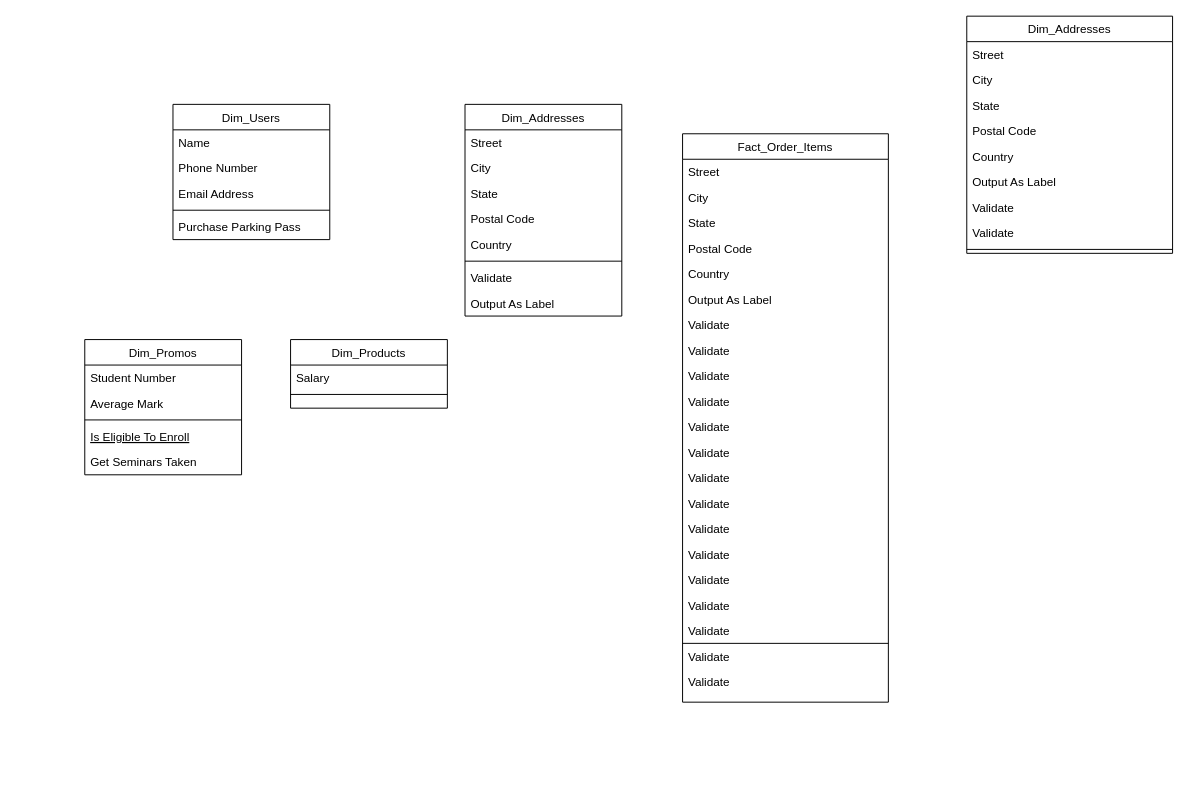
julia030798/curso_data_engineering keeps this draw.io diagram as Diagrama sin título.drawio. Above is the earlier version. Source tidied: cells renumbered, new cells numbered last; positions are measured from the earlier drawing's top-left corner, leaving out a move shared by most shapes. Both pictures are drawn from the tidied source at 98%, with x=0, y=0 at pixel (84, 16).
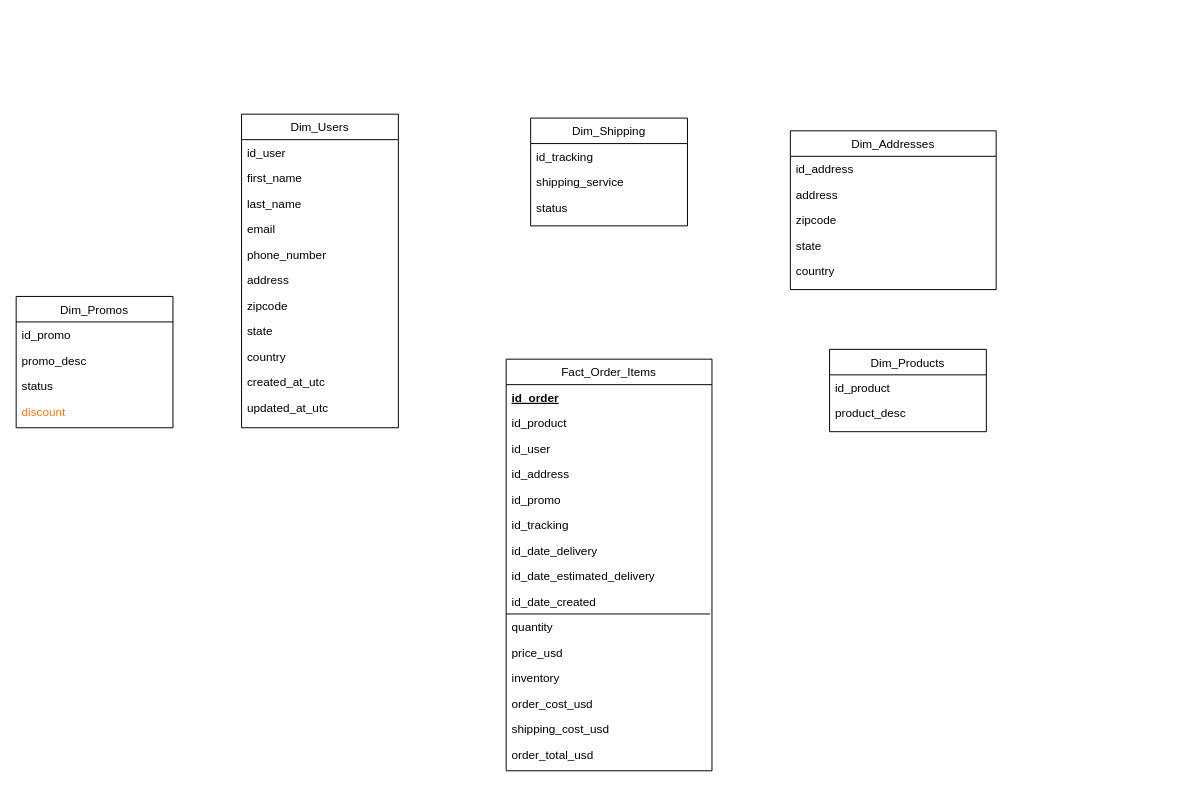
The same page after the edit.

Change to the diagram source:
```diff
@@
     <mxCell id="2" value="Dim_Users" style="swimlane;fontStyle=0;align=center;verticalAlign=top;horizontal=1;startSize=26;rounded=0;shadow=0;strokeWidth=1;" parent="1" vertex="1">
-      <mxGeometry x="90" y="90" width="160" height="138" as="geometry" />
+      <mxGeometry x="160" y="100" width="160" height="320" as="geometry" />
     </mxCell>
-    <mxCell id="3" value="Name" style="text;align=left;verticalAlign=top;spacingLeft=4;spacingRight=4;overflow=hidden;" parent="2" vertex="1">
+    <mxCell id="3" value="id_user" style="text;align=left;verticalAlign=top;spacingLeft=4;spacingRight=4;overflow=hidden;" parent="2" vertex="1">
       <mxGeometry y="26" width="160" height="26" as="geometry" />
     </mxCell>
-    <mxCell id="4" value="Phone Number" style="text;align=left;verticalAlign=top;spacingLeft=4;spacingRight=4;overflow=hidden;rounded=0;shadow=0;html=0;" parent="2" vertex="1">
+    <mxCell id="4" value="first_name" style="text;align=left;verticalAlign=top;spacingLeft=4;spacingRight=4;overflow=hidden;rounded=0;shadow=0;html=0;" parent="2" vertex="1">
       <mxGeometry y="52" width="160" height="26" as="geometry" />
     </mxCell>
-    <mxCell id="5" value="Email Address" style="text;align=left;verticalAlign=top;spacingLeft=4;spacingRight=4;overflow=hidden;rounded=0;shadow=0;html=0;" parent="2" vertex="1">
+    <mxCell id="5" value="last_name" style="text;align=left;verticalAlign=top;spacingLeft=4;spacingRight=4;overflow=hidden;rounded=0;shadow=0;html=0;" parent="2" vertex="1">
       <mxGeometry y="78" width="160" height="26" as="geometry" />
     </mxCell>
-    <mxCell id="6" style="line;html=1;strokeWidth=1;align=left;verticalAlign=middle;spacingTop=-1;spacingLeft=3;spacingRight=3;labelPosition=right;" parent="2" vertex="1">
-      <mxGeometry y="104" width="160" height="8" as="geometry" />
-    </mxCell>
-    <mxCell id="7" value="Purchase Parking Pass" style="text;align=left;verticalAlign=top;spacingLeft=4;spacingRight=4;overflow=hidden;" parent="2" vertex="1">
-      <mxGeometry y="112" width="160" height="26" as="geometry" />
+    <mxCell id="7" value="email" style="text;align=left;verticalAlign=top;spacingLeft=4;spacingRight=4;overflow=hidden;" parent="2" vertex="1">
+      <mxGeometry y="104" width="160" height="26" as="geometry" />
     </mxCell>
+    <mxCell id="59" value="phone_number" style="text;align=left;verticalAlign=top;spacingLeft=4;spacingRight=4;overflow=hidden;" parent="2" vertex="1">
+      <mxGeometry y="130" width="160" height="26" as="geometry" />
+    </mxCell>
+    <mxCell id="60" value="address" style="text;align=left;verticalAlign=top;spacingLeft=4;spacingRight=4;overflow=hidden;" parent="2" vertex="1">
+      <mxGeometry y="156" width="160" height="26" as="geometry" />
+    </mxCell>
+    <mxCell id="61" value="zipcode" style="text;align=left;verticalAlign=top;spacingLeft=4;spacingRight=4;overflow=hidden;rounded=0;shadow=0;html=0;" parent="2" vertex="1">
+      <mxGeometry y="182" width="160" height="26" as="geometry" />
+    </mxCell>
+    <mxCell id="62" value="state" style="text;align=left;verticalAlign=top;spacingLeft=4;spacingRight=4;overflow=hidden;rounded=0;shadow=0;html=0;" parent="2" vertex="1">
+      <mxGeometry y="208" width="160" height="26" as="geometry" />
+    </mxCell>
+    <mxCell id="63" value="country" style="text;align=left;verticalAlign=top;spacingLeft=4;spacingRight=4;overflow=hidden;rounded=0;shadow=0;html=0;" parent="2" vertex="1">
+      <mxGeometry y="234" width="160" height="26" as="geometry" />
+    </mxCell>
+    <mxCell id="64" value="created_at_utc" style="text;align=left;verticalAlign=top;spacingLeft=4;spacingRight=4;overflow=hidden;rounded=0;shadow=0;html=0;" parent="2" vertex="1">
+      <mxGeometry y="260" width="160" height="26" as="geometry" />
+    </mxCell>
+    <mxCell id="65" value="updated_at_utc" style="text;align=left;verticalAlign=top;spacingLeft=4;spacingRight=4;overflow=hidden;rounded=0;shadow=0;html=0;" parent="2" vertex="1">
+      <mxGeometry y="286" width="160" height="26" as="geometry" />
+    </mxCell>
     <mxCell id="8" value="Dim_Promos" style="swimlane;fontStyle=0;align=center;verticalAlign=top;horizontal=1;startSize=26;rounded=0;shadow=0;strokeWidth=1;" parent="1" vertex="1">
-      <mxGeometry y="330" width="160" height="138" as="geometry" />
+      <mxGeometry x="-70" y="286" width="160" height="134" as="geometry" />
     </mxCell>
-    <mxCell id="9" value="Student Number" style="text;align=left;verticalAlign=top;spacingLeft=4;spacingRight=4;overflow=hidden;" parent="8" vertex="1">
+    <mxCell id="9" value="id_promo" style="text;align=left;verticalAlign=top;spacingLeft=4;spacingRight=4;overflow=hidden;" parent="8" vertex="1">
       <mxGeometry y="26" width="160" height="26" as="geometry" />
     </mxCell>
-    <mxCell id="10" value="Average Mark" style="text;align=left;verticalAlign=top;spacingLeft=4;spacingRight=4;overflow=hidden;rounded=0;shadow=0;html=0;" parent="8" vertex="1">
+    <mxCell id="10" value="promo_desc" style="text;align=left;verticalAlign=top;spacingLeft=4;spacingRight=4;overflow=hidden;rounded=0;shadow=0;html=0;" parent="8" vertex="1">
       <mxGeometry y="52" width="160" height="26" as="geometry" />
     </mxCell>
-    <mxCell id="11" style="line;html=1;strokeWidth=1;align=left;verticalAlign=middle;spacingTop=-1;spacingLeft=3;spacingRight=3;labelPosition=right;" parent="8" vertex="1">
-      <mxGeometry y="78" width="160" height="8" as="geometry" />
-    </mxCell>
-    <mxCell id="12" value="Is Eligible To Enroll" style="text;align=left;verticalAlign=top;spacingLeft=4;spacingRight=4;overflow=hidden;fontStyle=4;" parent="8" vertex="1">
-      <mxGeometry y="86" width="160" height="26" as="geometry" />
+    <mxCell id="12" value="status" style="text;align=left;verticalAlign=top;spacingLeft=4;spacingRight=4;overflow=hidden;fontStyle=0;" parent="8" vertex="1">
+      <mxGeometry y="78" width="160" height="26" as="geometry" />
     </mxCell>
-    <mxCell id="13" value="Get Seminars Taken" style="text;align=left;verticalAlign=top;spacingLeft=4;spacingRight=4;overflow=hidden;" parent="8" vertex="1">
-      <mxGeometry y="112" width="160" height="26" as="geometry" />
+    <mxCell id="13" value="discount" style="text;align=left;verticalAlign=top;spacingLeft=4;spacingRight=4;overflow=hidden;fillColor=none;fontColor=#f07a19;" parent="8" vertex="1">
+      <mxGeometry y="104" width="160" height="26" as="geometry" />
     </mxCell>
     <mxCell id="14" value="Dim_Products" style="swimlane;fontStyle=0;align=center;verticalAlign=top;horizontal=1;startSize=26;rounded=0;shadow=0;strokeWidth=1;" parent="1" vertex="1">
-      <mxGeometry x="210" y="330" width="160" height="70" as="geometry" />
+      <mxGeometry x="760" y="340" width="160" height="84" as="geometry" />
     </mxCell>
-    <mxCell id="15" value="Salary" style="text;align=left;verticalAlign=top;spacingLeft=4;spacingRight=4;overflow=hidden;" parent="14" vertex="1">
+    <mxCell id="15" value="id_product" style="text;align=left;verticalAlign=top;spacingLeft=4;spacingRight=4;overflow=hidden;" parent="14" vertex="1">
       <mxGeometry y="26" width="160" height="26" as="geometry" />
     </mxCell>
-    <mxCell id="16" style="line;html=1;strokeWidth=1;align=left;verticalAlign=middle;spacingTop=-1;spacingLeft=3;spacingRight=3;labelPosition=right;" parent="14" vertex="1">
-      <mxGeometry y="52" width="160" height="8" as="geometry" />
-    </mxCell>
+    <mxCell id="66" value="product_desc" style="text;align=left;verticalAlign=top;spacingLeft=4;spacingRight=4;overflow=hidden;" parent="14" vertex="1">
+      <mxGeometry y="52" width="160" height="26" as="geometry" />
+    </mxCell>
-    <mxCell id="17" value="Dim_Addresses" style="swimlane;fontStyle=0;align=center;verticalAlign=top;horizontal=1;startSize=26;rounded=0;shadow=0;strokeWidth=1;" parent="1" vertex="1">
-      <mxGeometry x="388" y="90" width="160" height="216" as="geometry" />
+    <mxCell id="17" value="Dim_Shipping" style="swimlane;fontStyle=0;align=center;verticalAlign=top;horizontal=1;startSize=26;rounded=0;shadow=0;strokeWidth=1;" parent="1" vertex="1">
+      <mxGeometry x="455" y="104" width="160" height="110" as="geometry" />
     </mxCell>
-    <mxCell id="18" value="Street" style="text;align=left;verticalAlign=top;spacingLeft=4;spacingRight=4;overflow=hidden;" parent="17" vertex="1">
+    <mxCell id="18" value="id_tracking" style="text;align=left;verticalAlign=top;spacingLeft=4;spacingRight=4;overflow=hidden;" parent="17" vertex="1">
       <mxGeometry y="26" width="160" height="26" as="geometry" />
     </mxCell>
-    <mxCell id="19" value="City" style="text;align=left;verticalAlign=top;spacingLeft=4;spacingRight=4;overflow=hidden;rounded=0;shadow=0;html=0;" parent="17" vertex="1">
+    <mxCell id="19" value="shipping_service" style="text;align=left;verticalAlign=top;spacingLeft=4;spacingRight=4;overflow=hidden;rounded=0;shadow=0;html=0;" parent="17" vertex="1">
       <mxGeometry y="52" width="160" height="26" as="geometry" />
     </mxCell>
-    <mxCell id="20" value="State" style="text;align=left;verticalAlign=top;spacingLeft=4;spacingRight=4;overflow=hidden;rounded=0;shadow=0;html=0;" parent="17" vertex="1">
+    <mxCell id="20" value="status" style="text;align=left;verticalAlign=top;spacingLeft=4;spacingRight=4;overflow=hidden;rounded=0;shadow=0;html=0;" parent="17" vertex="1">
       <mxGeometry y="78" width="160" height="26" as="geometry" />
     </mxCell>
-    <mxCell id="21" value="Postal Code" style="text;align=left;verticalAlign=top;spacingLeft=4;spacingRight=4;overflow=hidden;rounded=0;shadow=0;html=0;" parent="17" vertex="1">
-      <mxGeometry y="104" width="160" height="26" as="geometry" />
-    </mxCell>
-    <mxCell id="22" value="Country" style="text;align=left;verticalAlign=top;spacingLeft=4;spacingRight=4;overflow=hidden;rounded=0;shadow=0;html=0;" parent="17" vertex="1">
-      <mxGeometry y="130" width="160" height="26" as="geometry" />
-    </mxCell>
-    <mxCell id="23" style="line;html=1;strokeWidth=1;align=left;verticalAlign=middle;spacingTop=-1;spacingLeft=3;spacingRight=3;labelPosition=right;" parent="17" vertex="1">
-      <mxGeometry y="156" width="160" height="8" as="geometry" />
-    </mxCell>
-    <mxCell id="24" value="Validate" style="text;align=left;verticalAlign=top;spacingLeft=4;spacingRight=4;overflow=hidden;" parent="17" vertex="1">
-      <mxGeometry y="164" width="160" height="26" as="geometry" />
-    </mxCell>
-    <mxCell id="25" value="Output As Label" style="text;align=left;verticalAlign=top;spacingLeft=4;spacingRight=4;overflow=hidden;" parent="17" vertex="1">
-      <mxGeometry y="190" width="160" height="26" as="geometry" />
-    </mxCell>
     <mxCell id="26" value="Fact_Order_Items" style="swimlane;fontStyle=0;align=center;verticalAlign=top;horizontal=1;startSize=26;rounded=0;shadow=0;strokeWidth=1;" parent="1" vertex="1">
-      <mxGeometry x="610" y="120" width="210" height="580" as="geometry" />
+      <mxGeometry x="430" y="350" width="210" height="420" as="geometry" />
     </mxCell>
-    <mxCell id="27" value="Street" style="text;align=left;verticalAlign=top;spacingLeft=4;spacingRight=4;overflow=hidden;" parent="26" vertex="1">
+    <mxCell id="27" value="id_order" style="text;align=left;verticalAlign=top;spacingLeft=4;spacingRight=4;overflow=hidden;fontStyle=5;" parent="26" vertex="1">
       <mxGeometry y="26" width="210" height="26" as="geometry" />
     </mxCell>
-    <mxCell id="28" value="City" style="text;align=left;verticalAlign=top;spacingLeft=4;spacingRight=4;overflow=hidden;rounded=0;shadow=0;html=0;" parent="26" vertex="1">
+    <mxCell id="28" value="id_product" style="text;align=left;verticalAlign=top;spacingLeft=4;spacingRight=4;overflow=hidden;rounded=0;shadow=0;html=0;" parent="26" vertex="1">
       <mxGeometry y="52" width="210" height="26" as="geometry" />
     </mxCell>
-    <mxCell id="29" value="State" style="text;align=left;verticalAlign=top;spacingLeft=4;spacingRight=4;overflow=hidden;rounded=0;shadow=0;html=0;" parent="26" vertex="1">
+    <mxCell id="29" value="id_user" style="text;align=left;verticalAlign=top;spacingLeft=4;spacingRight=4;overflow=hidden;rounded=0;shadow=0;html=0;" parent="26" vertex="1">
       <mxGeometry y="78" width="210" height="26" as="geometry" />
     </mxCell>
-    <mxCell id="30" value="Postal Code" style="text;align=left;verticalAlign=top;spacingLeft=4;spacingRight=4;overflow=hidden;rounded=0;shadow=0;html=0;" parent="26" vertex="1">
+    <mxCell id="30" value="id_address" style="text;align=left;verticalAlign=top;spacingLeft=4;spacingRight=4;overflow=hidden;rounded=0;shadow=0;html=0;" parent="26" vertex="1">
       <mxGeometry y="104" width="210" height="26" as="geometry" />
     </mxCell>
-    <mxCell id="31" value="Country" style="text;align=left;verticalAlign=top;spacingLeft=4;spacingRight=4;overflow=hidden;rounded=0;shadow=0;html=0;" parent="26" vertex="1">
+    <mxCell id="31" value="id_promo" style="text;align=left;verticalAlign=top;spacingLeft=4;spacingRight=4;overflow=hidden;rounded=0;shadow=0;html=0;" parent="26" vertex="1">
       <mxGeometry y="130" width="210" height="26" as="geometry" />
     </mxCell>
-    <mxCell id="32" value="Output As Label" style="text;align=left;verticalAlign=top;spacingLeft=4;spacingRight=4;overflow=hidden;" parent="26" vertex="1">
+    <mxCell id="32" value="id_tracking" style="text;align=left;verticalAlign=top;spacingLeft=4;spacingRight=4;overflow=hidden;" parent="26" vertex="1">
       <mxGeometry y="156" width="210" height="26" as="geometry" />
     </mxCell>
-    <mxCell id="33" value="Validate" style="text;align=left;verticalAlign=top;spacingLeft=4;spacingRight=4;overflow=hidden;" parent="26" vertex="1">
+    <mxCell id="33" value="id_date_delivery" style="text;align=left;verticalAlign=top;spacingLeft=4;spacingRight=4;overflow=hidden;" parent="26" vertex="1">
       <mxGeometry y="182" width="210" height="26" as="geometry" />
     </mxCell>
-    <mxCell id="34" value="Validate" style="text;align=left;verticalAlign=top;spacingLeft=4;spacingRight=4;overflow=hidden;" parent="26" vertex="1">
+    <mxCell id="34" value="id_date_estimated_delivery" style="text;align=left;verticalAlign=top;spacingLeft=4;spacingRight=4;overflow=hidden;" parent="26" vertex="1">
       <mxGeometry y="208" width="210" height="26" as="geometry" />
     </mxCell>
+    <mxCell id="67" style="endArrow=none;html=1;rounded=0;entryX=0.99;entryY=0;entryDx=0;entryDy=0;entryPerimeter=0;" parent="26" edge="1" target="47">
+      <mxGeometry relative="1" as="geometry">
+        <mxPoint y="260" as="sourcePoint" />
+      </mxGeometry>
+    </mxCell>
-    <mxCell id="35" value="Validate" style="text;align=left;verticalAlign=top;spacingLeft=4;spacingRight=4;overflow=hidden;" parent="26" vertex="1">
+    <mxCell id="35" value="id_date_created" style="text;align=left;verticalAlign=top;spacingLeft=4;spacingRight=4;overflow=hidden;strokeColor=none;" parent="26" vertex="1">
       <mxGeometry y="234" width="210" height="26" as="geometry" />
     </mxCell>
-    <mxCell id="36" value="Validate" style="text;align=left;verticalAlign=top;spacingLeft=4;spacingRight=4;overflow=hidden;" parent="26" vertex="1">
-      <mxGeometry y="260" width="210" height="26" as="geometry" />
-    </mxCell>
-    <mxCell id="37" value="Validate" style="text;align=left;verticalAlign=top;spacingLeft=4;spacingRight=4;overflow=hidden;" parent="26" vertex="1">
-      <mxGeometry y="286" width="210" height="26" as="geometry" />
-    </mxCell>
-    <mxCell id="38" value="Validate" style="text;align=left;verticalAlign=top;spacingLeft=4;spacingRight=4;overflow=hidden;" parent="26" vertex="1">
-      <mxGeometry y="312" width="210" height="26" as="geometry" />
-    </mxCell>
-    <mxCell id="39" value="Validate" style="text;align=left;verticalAlign=top;spacingLeft=4;spacingRight=4;overflow=hidden;" parent="26" vertex="1">
-      <mxGeometry y="338" width="210" height="26" as="geometry" />
-    </mxCell>
-    <mxCell id="40" value="Validate" style="text;align=left;verticalAlign=top;spacingLeft=4;spacingRight=4;overflow=hidden;" parent="26" vertex="1">
-      <mxGeometry y="364" width="210" height="26" as="geometry" />
-    </mxCell>
-    <mxCell id="41" value="Validate" style="text;align=left;verticalAlign=top;spacingLeft=4;spacingRight=4;overflow=hidden;" parent="26" vertex="1">
-      <mxGeometry y="390" width="210" height="26" as="geometry" />
-    </mxCell>
-    <mxCell id="42" value="Validate" style="text;align=left;verticalAlign=top;spacingLeft=4;spacingRight=4;overflow=hidden;" parent="26" vertex="1">
-      <mxGeometry y="416" width="210" height="26" as="geometry" />
-    </mxCell>
-    <mxCell id="43" value="Validate" style="text;align=left;verticalAlign=top;spacingLeft=4;spacingRight=4;overflow=hidden;" parent="26" vertex="1">
-      <mxGeometry y="442" width="210" height="26" as="geometry" />
-    </mxCell>
-    <mxCell id="44" value="Validate" style="text;align=left;verticalAlign=top;spacingLeft=4;spacingRight=4;overflow=hidden;" parent="26" vertex="1">
-      <mxGeometry y="468" width="210" height="26" as="geometry" />
-    </mxCell>
-    <mxCell id="45" value="Validate" style="text;align=left;verticalAlign=top;spacingLeft=4;spacingRight=4;overflow=hidden;" parent="26" vertex="1">
-      <mxGeometry y="494" width="210" height="26" as="geometry" />
-    </mxCell>
-    <mxCell id="46" style="endArrow=none;html=1;rounded=0;" parent="26" edge="1">
-      <mxGeometry relative="1" as="geometry">
-        <mxPoint y="520" as="sourcePoint" />
-        <mxPoint x="210" y="520" as="targetPoint" />
-      </mxGeometry>
-    </mxCell>
-    <mxCell id="47" value="Validate" style="text;align=left;verticalAlign=top;spacingLeft=4;spacingRight=4;overflow=hidden;points=[[0,0.5],[1,0.5]];portConstraint=eastwest;" parent="26" vertex="1">
-      <mxGeometry y="520" width="210" height="26" as="geometry" />
+    <mxCell id="47" value="quantity" style="text;align=left;verticalAlign=top;spacingLeft=4;spacingRight=4;overflow=hidden;points=[[0,0.5],[1,0.5]];portConstraint=eastwest;strokeColor=none;" parent="26" vertex="1">
+      <mxGeometry y="260" width="210" height="26" as="geometry" />
     </mxCell>
-    <mxCell id="48" value="Validate" style="text;align=left;verticalAlign=top;spacingLeft=4;spacingRight=4;overflow=hidden;" parent="26" vertex="1">
-      <mxGeometry y="546" width="210" height="26" as="geometry" />
+    <mxCell id="48" value="price_usd" style="text;align=left;verticalAlign=top;spacingLeft=4;spacingRight=4;overflow=hidden;" parent="26" vertex="1">
+      <mxGeometry y="286" width="210" height="26" as="geometry" />
     </mxCell>
+    <mxCell id="45" value="inventory" style="text;align=left;verticalAlign=top;spacingLeft=4;spacingRight=4;overflow=hidden;" parent="26" vertex="1">
+      <mxGeometry y="312" width="210" height="26" as="geometry" />
+    </mxCell>
+    <mxCell id="44" value="order_cost_usd" style="text;align=left;verticalAlign=top;spacingLeft=4;spacingRight=4;overflow=hidden;" parent="26" vertex="1">
+      <mxGeometry y="338" width="210" height="26" as="geometry" />
+    </mxCell>
+    <mxCell id="43" value="shipping_cost_usd" style="text;align=left;verticalAlign=top;spacingLeft=4;spacingRight=4;overflow=hidden;" parent="26" vertex="1">
+      <mxGeometry y="364" width="210" height="26" as="geometry" />
+    </mxCell>
+    <mxCell id="42" value="order_total_usd" style="text;align=left;verticalAlign=top;spacingLeft=4;spacingRight=4;overflow=hidden;" parent="26" vertex="1">
+      <mxGeometry y="390" width="210" height="26" as="geometry" />
+    </mxCell>
     <mxCell id="49" value="Dim_Addresses" style="swimlane;fontStyle=0;align=center;verticalAlign=top;horizontal=1;startSize=26;rounded=0;shadow=0;strokeWidth=1;" parent="1" vertex="1">
-      <mxGeometry x="900" width="210" height="242" as="geometry" />
+      <mxGeometry x="720" y="117" width="210" height="162" as="geometry" />
     </mxCell>
-    <mxCell id="50" value="Street" style="text;align=left;verticalAlign=top;spacingLeft=4;spacingRight=4;overflow=hidden;" parent="49" vertex="1">
+    <mxCell id="50" value="id_address" style="text;align=left;verticalAlign=top;spacingLeft=4;spacingRight=4;overflow=hidden;" parent="49" vertex="1">
       <mxGeometry y="26" width="210" height="26" as="geometry" />
     </mxCell>
-    <mxCell id="51" value="City" style="text;align=left;verticalAlign=top;spacingLeft=4;spacingRight=4;overflow=hidden;rounded=0;shadow=0;html=0;" parent="49" vertex="1">
+    <mxCell id="51" value="address" style="text;align=left;verticalAlign=top;spacingLeft=4;spacingRight=4;overflow=hidden;rounded=0;shadow=0;html=0;" parent="49" vertex="1">
       <mxGeometry y="52" width="210" height="26" as="geometry" />
     </mxCell>
-    <mxCell id="52" value="State" style="text;align=left;verticalAlign=top;spacingLeft=4;spacingRight=4;overflow=hidden;rounded=0;shadow=0;html=0;" parent="49" vertex="1">
+    <mxCell id="52" value="zipcode" style="text;align=left;verticalAlign=top;spacingLeft=4;spacingRight=4;overflow=hidden;rounded=0;shadow=0;html=0;" parent="49" vertex="1">
       <mxGeometry y="78" width="210" height="26" as="geometry" />
     </mxCell>
-    <mxCell id="53" value="Postal Code" style="text;align=left;verticalAlign=top;spacingLeft=4;spacingRight=4;overflow=hidden;rounded=0;shadow=0;html=0;" parent="49" vertex="1">
+    <mxCell id="53" value="state" style="text;align=left;verticalAlign=top;spacingLeft=4;spacingRight=4;overflow=hidden;rounded=0;shadow=0;html=0;" parent="49" vertex="1">
       <mxGeometry y="104" width="210" height="26" as="geometry" />
     </mxCell>
-    <mxCell id="54" value="Country" style="text;align=left;verticalAlign=top;spacingLeft=4;spacingRight=4;overflow=hidden;rounded=0;shadow=0;html=0;" parent="49" vertex="1">
+    <mxCell id="54" value="country" style="text;align=left;verticalAlign=top;spacingLeft=4;spacingRight=4;overflow=hidden;rounded=0;shadow=0;html=0;" parent="49" vertex="1">
       <mxGeometry y="130" width="210" height="26" as="geometry" />
     </mxCell>
-    <mxCell id="55" value="Output As Label" style="text;align=left;verticalAlign=top;spacingLeft=4;spacingRight=4;overflow=hidden;" parent="49" vertex="1">
-      <mxGeometry y="156" width="210" height="26" as="geometry" />
-    </mxCell>
-    <mxCell id="56" value="Validate" style="text;align=left;verticalAlign=top;spacingLeft=4;spacingRight=4;overflow=hidden;" parent="49" vertex="1">
-      <mxGeometry y="182" width="210" height="26" as="geometry" />
-    </mxCell>
-    <mxCell id="57" value="Validate" style="text;align=left;verticalAlign=top;spacingLeft=4;spacingRight=4;overflow=hidden;" parent="49" vertex="1">
-      <mxGeometry y="208" width="210" height="26" as="geometry" />
-    </mxCell>
-    <mxCell id="58" style="line;html=1;strokeWidth=1;align=left;verticalAlign=middle;spacingTop=-1;spacingLeft=3;spacingRight=3;labelPosition=right;" parent="49" vertex="1">
-      <mxGeometry y="234" width="210" height="8" as="geometry" />
-    </mxCell>
```
